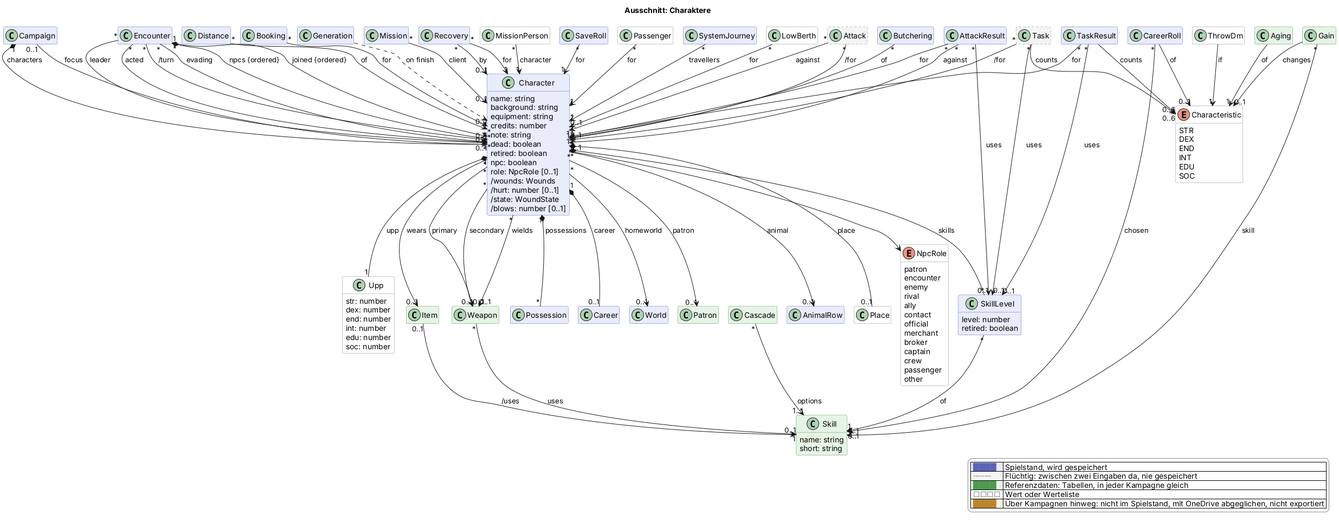
Before: docs/views/charakter.png, a diagram exported from PlantUML (scuzzar/SRE).
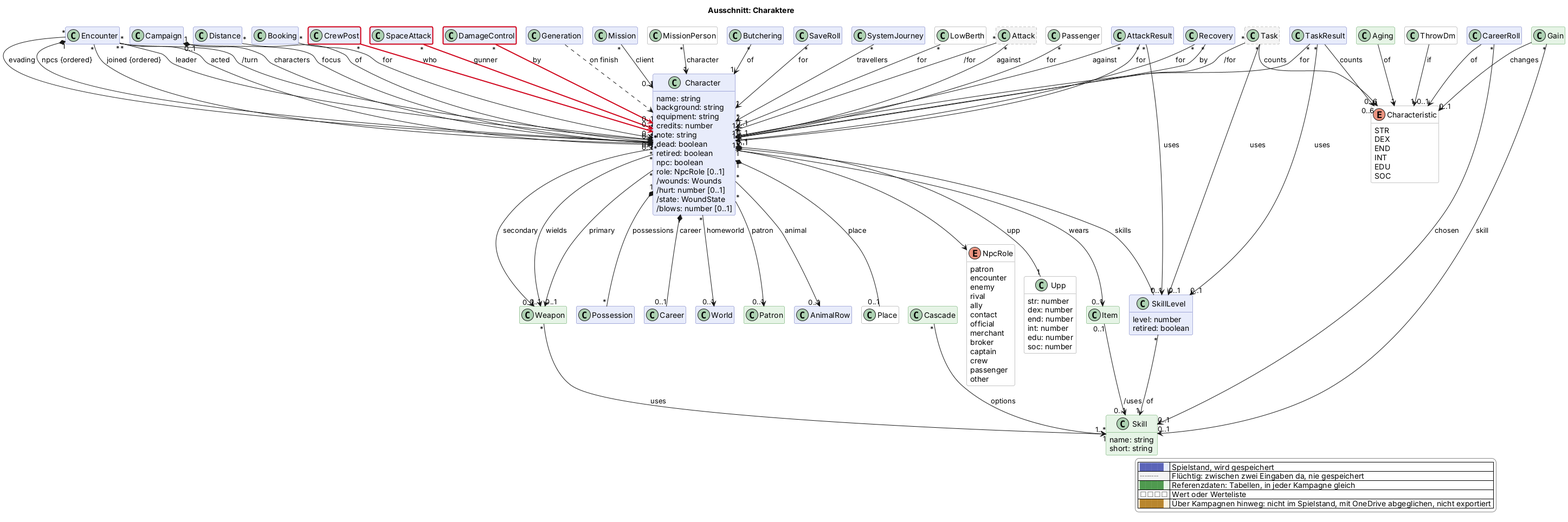
The same file after the commit.

Diff of the diagram source:
```diff
@@ -115,7 +115,10 @@
   }
   class Possession $shop
 
+  class CrewPost $schiffe $newClass("2026-11-22d")
 
+  class SpaceAttack $raum
+  class DamageControl $raum $newClass("2026-11-22d")
 
   class Generation $erschaffung
   class Career $erschaffung
@@ -167,7 +170,10 @@
 Campaign "0..1" --> "0..1" Character : focus
 Booking "*" --> "0..1" Character : for
 
+CrewPost "*" -$newArrow("2026-11-22d")-> "1" Character : who
 
+SpaceAttack "*" -$newArrow("2026-11-22d")-> "0..1" Character : gunner
+DamageControl "*" -$newArrow("2026-11-22d")-> "0..1" Character : by
 
 Passenger "*" --> "1" Character : for
 LowBerth "*" --> "0..1" Character : for
@@ -239,4 +245,5 @@
   |<#ffffff> <color:#8a8a8a>□□□□</color> | Wert oder Werteliste |
   |<#fdf1dc> <color:#b8862e>████</color> | Über Kampagnen hinweg: nicht im Spielstand, mit OneDrive abgeglichen, nicht exportiert |
 endlegend
+class SpaceAttack #line:d0021b;line.bold
 @enduml
```
